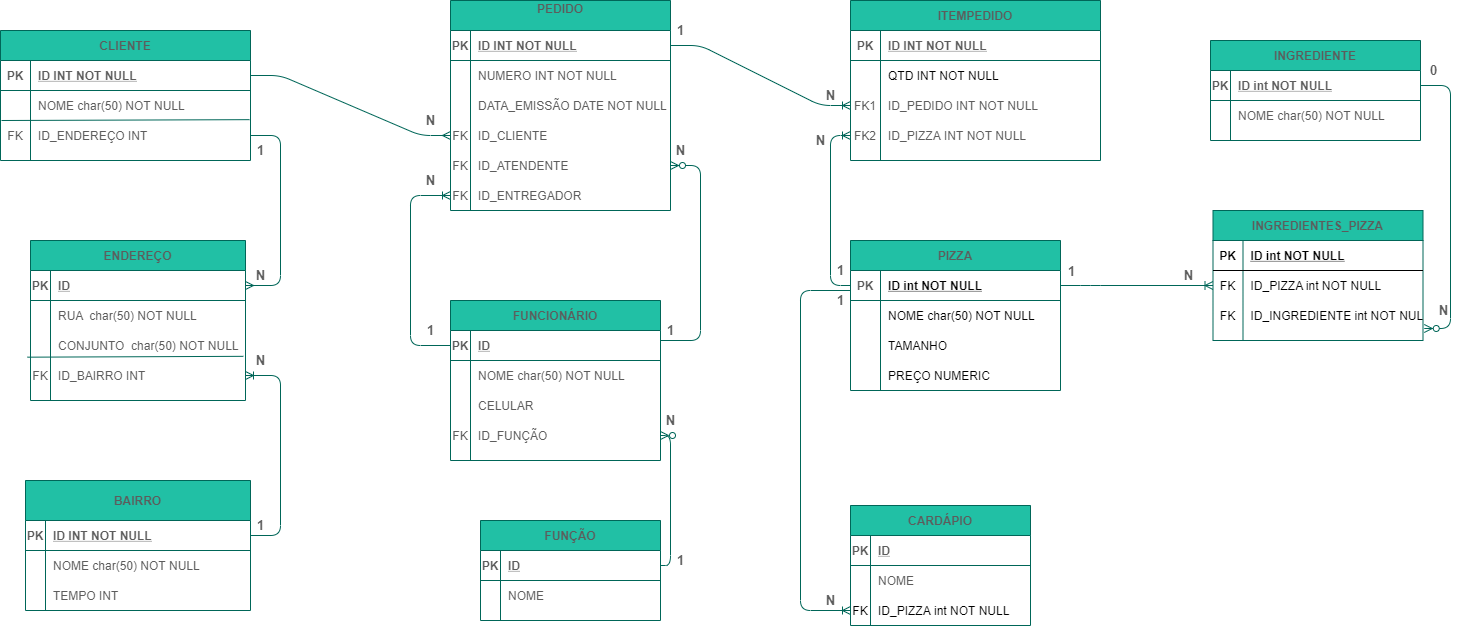
Above: PIZZARIA-MER.png in LuizEduSantos/database_bd03_02 (draw.io), before the change. Source tidied: cells renumbered, new cells last; positions are measured from the earlier drawing's top-left corner, leaving out a move shared by most shapes.
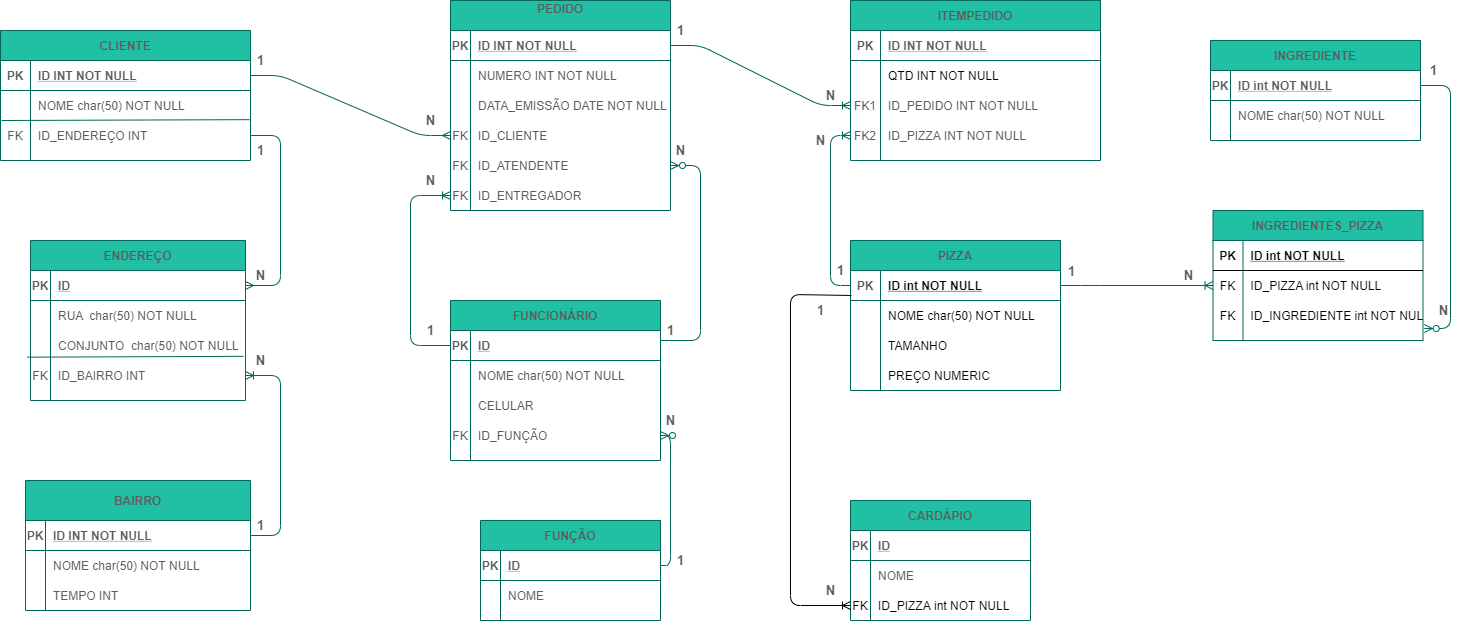
The same file after the commit.

Commit message:
Atualizando MER Pizzaria

The edit, as a diff of the source:
```diff
@@ -224,7 +224,7 @@
       <mxGeometry x="20" width="190" height="30" as="geometry" />
     </mxCell>
     <mxCell id="75" value="CARDÁPIO" style="shape=table;startSize=30;rowLines=0;fontStyle=1;align=center;fillColor=#21C0A5;strokeColor=#006658;fontColor=#5C5C5C;" parent="1" vertex="1">
-      <mxGeometry x="850" y="505" width="180" height="120" as="geometry" />
+      <mxGeometry x="850" y="500" width="180" height="120" as="geometry" />
     </mxCell>
     <mxCell id="76" style="shape=partialRectangle;fillColor=none;top=0;left=0;bottom=1;right=0;strokeColor=#006658;fontColor=#5C5C5C;" parent="75" vertex="1">
       <mxGeometry y="30" width="180" height="30" as="geometry" />
@@ -451,7 +451,7 @@
     <mxCell id="145" value="&lt;b&gt;1&lt;/b&gt;" style="text;html=1;align=center;verticalAlign=middle;fontSize=13;fontColor=#5C5C5C;" parent="1" vertex="1">
       <mxGeometry x="830" y="260" width="20" height="20" as="geometry" />
     </mxCell>
-    <mxCell id="146" value="&lt;b&gt;0&lt;/b&gt;" style="text;html=1;align=center;verticalAlign=middle;fontSize=13;fontColor=#5C5C5C;" parent="1" vertex="1">
+    <mxCell id="146" value="&lt;b&gt;1&lt;/b&gt;" style="text;html=1;align=center;verticalAlign=middle;fontSize=13;fontColor=#5C5C5C;" parent="1" vertex="1">
       <mxGeometry x="1422.5" y="60" width="20" height="20" as="geometry" />
     </mxCell>
     <mxCell id="147" value="&lt;b&gt;N&lt;/b&gt;" style="text;html=1;align=center;verticalAlign=middle;fontSize=13;fontColor=#5C5C5C;" parent="1" vertex="1">
@@ -488,18 +488,21 @@
       <mxGeometry x="250" y="515" width="20" height="20" as="geometry" />
     </mxCell>
     <mxCell id="158" value="&lt;b&gt;1&lt;/b&gt;" style="text;html=1;align=center;verticalAlign=middle;fontSize=13;fontColor=#5C5C5C;" parent="1" vertex="1">
-      <mxGeometry x="830" y="290" width="20" height="20" as="geometry" />
+      <mxGeometry x="810" y="300" width="20" height="20" as="geometry" />
     </mxCell>
+    <mxCell id="160" value="&lt;b&gt;N&lt;/b&gt;" style="text;html=1;align=center;verticalAlign=middle;fontSize=13;fontColor=#5C5C5C;" parent="1" vertex="1">
+      <mxGeometry x="820" y="580" width="20" height="20" as="geometry" />
+    </mxCell>
+    <mxCell id="161" value="&lt;b&gt;1&lt;/b&gt;" style="text;html=1;align=center;verticalAlign=middle;fontSize=13;fontColor=#5C5C5C;" parent="1" vertex="1">
+      <mxGeometry x="250" y="50" width="20" height="20" as="geometry" />
+    </mxCell>
-    <mxCell id="159" style="edgeStyle=orthogonalEdgeStyle;fontSize=12;html=1;endArrow=ERoneToMany;strokeColor=#006658;fillColor=#21C0A5;entryX=0;entryY=0.5;entryDx=0;entryDy=0;" parent="1" edge="1" source="113" target="82">
+    <mxCell id="159" style="edgeStyle=orthogonalEdgeStyle;fontSize=12;html=1;endArrow=ERoneToMany;exitX=0.005;exitY=0.833;exitDx=0;exitDy=0;exitPerimeter=0;" parent="1" edge="1" source="113" target="82">
       <mxGeometry relative="1" as="geometry">
         <Array as="points">
-          <mxPoint x="800" y="290" />
-          <mxPoint x="800" y="610" />
+          <mxPoint x="790" y="294" />
+          <mxPoint x="790" y="605" />
         </Array>
       </mxGeometry>
     </mxCell>
-    <mxCell id="160" value="&lt;b&gt;N&lt;/b&gt;" style="text;html=1;align=center;verticalAlign=middle;fontSize=13;fontColor=#5C5C5C;" parent="1" vertex="1">
-      <mxGeometry x="820" y="590" width="20" height="20" as="geometry" />
-    </mxCell>
   </root>
 </mxGraphModel>
```
